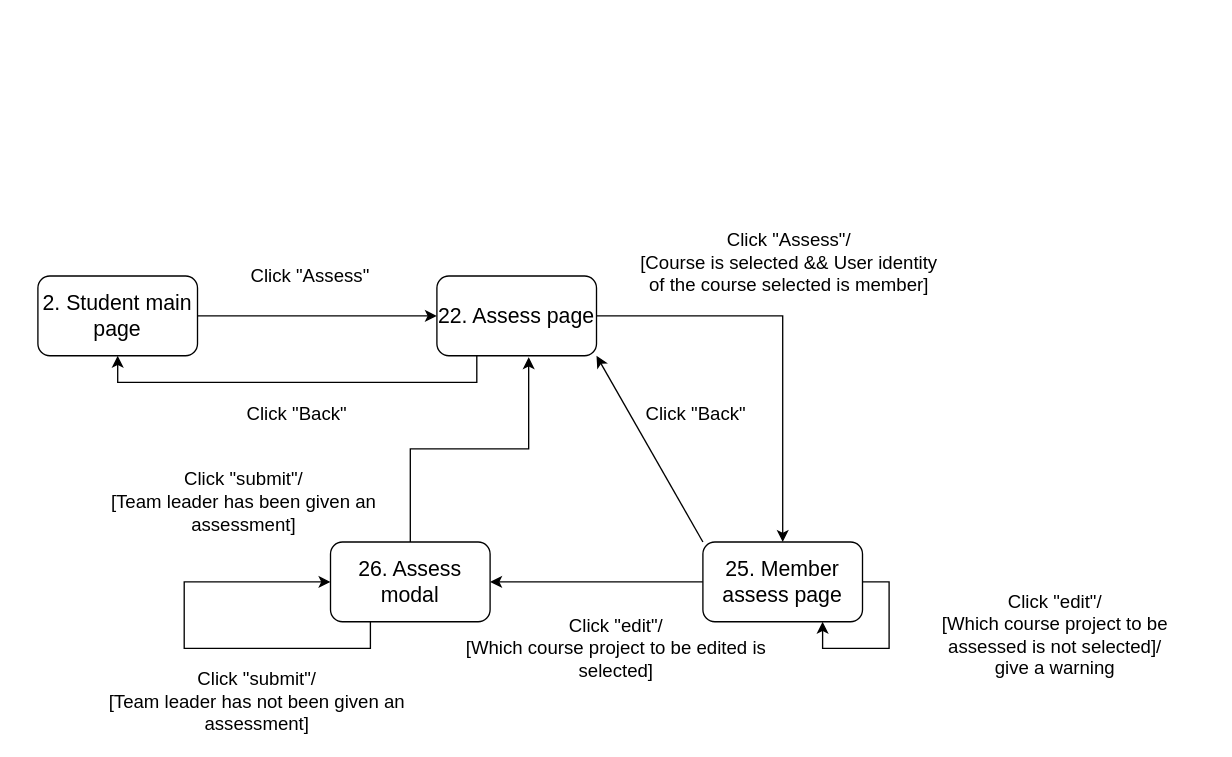
The draw.io diagram Documents/Specifications/Diagrams/3.10_MemberAssessLeader.drawio in ShyScott/Air, before the edit. Source tidied: cells renumbered, new cells numbered last; positions are measured from the earlier drawing's top-left corner, leaving out a move shared by most shapes. Both pictures are drawn from the tidied source at 133%, with x=0, y=0 at pixel (37, 249).
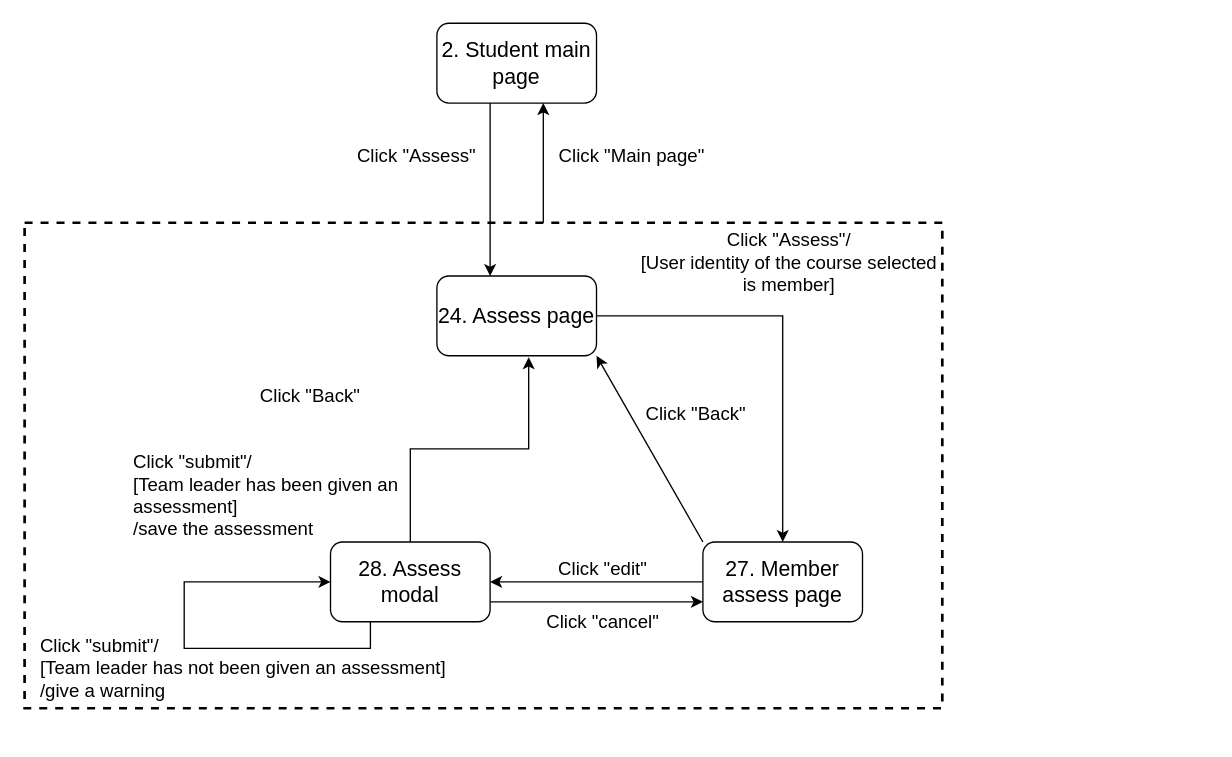
After the change.

What changed in the source:
```diff
@@
+    <mxCell id="22" style="edgeStyle=orthogonalEdgeStyle;rounded=0;jettySize=auto;html=1;" parent="1" edge="1" source="23" target="3">
+      <mxGeometry relative="1" as="geometry">
+        <Array as="points">
+          <mxPoint x="380" y="-60" />
+          <mxPoint x="380" y="-60" />
+        </Array>
+      </mxGeometry>
+    </mxCell>
+    <mxCell id="23" style="rounded=0;whiteSpace=wrap;html=1;dashed=1;strokeWidth=2;fillColor=none;" parent="1" vertex="1">
+      <mxGeometry x="-10" y="-20" width="690" height="365" as="geometry" />
+    </mxCell>
-    <mxCell id="2" style="edgeStyle=orthogonalEdgeStyle;rounded=0;jettySize=auto;html=1;exitX=1;exitY=0.5;exitDx=0;exitDy=0;entryX=0;entryY=0.5;entryDx=0;entryDy=0;" parent="1" edge="1" source="3" target="6">
-      <mxGeometry relative="1" as="geometry" />
+    <mxCell id="2" style="edgeStyle=orthogonalEdgeStyle;rounded=0;jettySize=auto;html=1;" parent="1" edge="1" source="3" target="6">
+      <mxGeometry relative="1" as="geometry">
+        <Array as="points">
+          <mxPoint x="340" y="-70" />
+          <mxPoint x="340" y="-70" />
+        </Array>
+      </mxGeometry>
     </mxCell>
     <mxCell id="3" value="&lt;font size=&quot;3&quot;&gt;2. Student main page&lt;/font&gt;" style="rounded=1;whiteSpace=wrap;html=1;" parent="1" vertex="1">
-      <mxGeometry y="20" width="120" height="60" as="geometry" />
+      <mxGeometry x="300" y="-170" width="120" height="60" as="geometry" />
     </mxCell>
@@
-    <mxCell id="5" style="edgeStyle=orthogonalEdgeStyle;rounded=0;jettySize=auto;html=1;exitX=0.25;exitY=1;exitDx=0;exitDy=0;entryX=0.5;entryY=1;entryDx=0;entryDy=0;" parent="1" edge="1" source="6" target="3">
-      <mxGeometry relative="1" as="geometry" />
-    </mxCell>
-    <mxCell id="6" value="&lt;font size=&quot;3&quot;&gt;22. Assess page&lt;/font&gt;" style="rounded=1;whiteSpace=wrap;html=1;" parent="1" vertex="1">
+    <mxCell id="6" value="&lt;font size=&quot;3&quot;&gt;24. Assess page&lt;/font&gt;" style="rounded=1;whiteSpace=wrap;html=1;" parent="1" vertex="1">
       <mxGeometry x="300" y="20" width="120" height="60" as="geometry" />
     </mxCell>
-    <mxCell id="7" value="&lt;font style=&quot;font-size: 14px&quot;&gt;Click &quot;Assess&quot;/&lt;br&gt;[Course is selected &amp;amp;&amp;amp; User identity of the course selected is member]&lt;br&gt;&lt;/font&gt;" style="text;html=1;strokeColor=none;fillColor=none;align=center;verticalAlign=middle;whiteSpace=wrap;rounded=0;" parent="1" vertex="1">
+    <mxCell id="7" value="&lt;font style=&quot;font-size: 14px&quot;&gt;Click &quot;Assess&quot;/&lt;br&gt;[User identity of the course selected is member]&lt;br&gt;&lt;/font&gt;" style="text;html=1;strokeColor=none;fillColor=none;align=center;verticalAlign=middle;whiteSpace=wrap;rounded=0;" parent="1" vertex="1">
       <mxGeometry x="450" width="230" height="20" as="geometry" />
     </mxCell>
     <mxCell id="8" value="&lt;font style=&quot;font-size: 14px&quot;&gt;Click &quot;Assess&quot;&lt;br&gt;&lt;/font&gt;" style="text;html=1;strokeColor=none;fillColor=none;align=center;verticalAlign=middle;whiteSpace=wrap;rounded=0;" parent="1" vertex="1">
-      <mxGeometry x="90" y="10" width="230" height="20" as="geometry" />
+      <mxGeometry x="230" y="-80" width="110" height="20" as="geometry" />
     </mxCell>
@@
-    <mxCell id="11" value="&lt;font size=&quot;3&quot;&gt;25. Member assess page&lt;/font&gt;" style="rounded=1;whiteSpace=wrap;html=1;" parent="1" vertex="1">
+    <mxCell id="11" value="&lt;font size=&quot;3&quot;&gt;27. Member assess page&lt;/font&gt;" style="rounded=1;whiteSpace=wrap;html=1;" parent="1" vertex="1">
       <mxGeometry x="500" y="220" width="120" height="60" as="geometry" />
     </mxCell>
     <mxCell id="12" value="&lt;font style=&quot;font-size: 14px&quot;&gt;Click &quot;Back&quot;&lt;br&gt;&lt;/font&gt;" style="text;html=1;strokeColor=none;fillColor=none;align=center;verticalAlign=middle;whiteSpace=wrap;rounded=0;" parent="1" vertex="1">
-      <mxGeometry x="80" y="114" width="230" height="20" as="geometry" />
+      <mxGeometry x="90" y="100" width="230" height="20" as="geometry" />
     </mxCell>
@@
-    <mxCell id="14" value="&lt;font style=&quot;font-size: 14px&quot;&gt;Click &quot;edit&quot;/&lt;br&gt;[Which course project to be edited is selected]&lt;br&gt;&lt;/font&gt;" style="text;html=1;strokeColor=none;fillColor=none;align=center;verticalAlign=middle;whiteSpace=wrap;rounded=0;" parent="1" vertex="1">
-      <mxGeometry x="320" y="290" width="230" height="20" as="geometry" />
+    <mxCell id="14" value="&lt;font style=&quot;font-size: 14px&quot;&gt;Click &quot;edit&quot;&lt;br&gt;&lt;/font&gt;" style="text;html=1;strokeColor=none;fillColor=none;align=center;verticalAlign=middle;whiteSpace=wrap;rounded=0;" parent="1" vertex="1">
+      <mxGeometry x="310" y="230" width="230" height="20" as="geometry" />
     </mxCell>
@@
-    <mxCell id="16" value="&lt;font size=&quot;3&quot;&gt;26. Assess modal&lt;/font&gt;" style="rounded=1;whiteSpace=wrap;html=1;" parent="1" vertex="1">
+    <mxCell id="16" value="&lt;font size=&quot;3&quot;&gt;28. Assess modal&lt;/font&gt;" style="rounded=1;whiteSpace=wrap;html=1;" parent="1" vertex="1">
       <mxGeometry x="220" y="220" width="120" height="60" as="geometry" />
     </mxCell>
-    <mxCell id="17" style="edgeStyle=orthogonalEdgeStyle;rounded=0;orthogonalLoop=1;jettySize=auto;html=1;exitX=1;exitY=0.5;exitDx=0;exitDy=0;entryX=0.75;entryY=1;entryDx=0;entryDy=0;" parent="1" edge="1" source="11" target="11">
-      <mxGeometry relative="1" as="geometry" />
-    </mxCell>
-    <mxCell id="18" value="&lt;font style=&quot;font-size: 14px&quot;&gt;Click &quot;edit&quot;/&lt;br&gt;[Which course project to be assessed is not selected]/&lt;br&gt;give a warning&lt;br&gt;&lt;/font&gt;" style="text;html=1;strokeColor=none;fillColor=none;align=center;verticalAlign=middle;whiteSpace=wrap;rounded=0;" parent="1" vertex="1">
-      <mxGeometry x="650" y="280" width="230" height="20" as="geometry" />
-    </mxCell>
-    <mxCell id="19" value="&lt;font style=&quot;font-size: 14px&quot;&gt;Click &quot;submit&quot;/&lt;br&gt;[Team leader has been given an assessment]&lt;br&gt;&lt;/font&gt;" style="text;html=1;strokeColor=none;fillColor=none;align=center;verticalAlign=middle;whiteSpace=wrap;rounded=0;" parent="1" vertex="1">
-      <mxGeometry x="40" y="180" width="230" height="20" as="geometry" />
+    <mxCell id="19" value="&lt;font style=&quot;font-size: 14px&quot;&gt;Click &quot;submit&quot;/&lt;br&gt;[Team leader has been given an assessment]&lt;br&gt;/save the assessment&lt;br&gt;&lt;/font&gt;" style="text;html=1;strokeColor=none;fillColor=none;align=left;verticalAlign=middle;whiteSpace=wrap;rounded=0;" parent="1" vertex="1">
+      <mxGeometry x="70" y="150" width="230" height="70" as="geometry" />
     </mxCell>
@@
-    <mxCell id="21" value="&lt;font style=&quot;font-size: 14px&quot;&gt;Click &quot;submit&quot;/&lt;br&gt;[Team leader has not been given an assessment]&lt;br&gt;&lt;/font&gt;" style="text;html=1;strokeColor=none;fillColor=none;align=center;verticalAlign=middle;whiteSpace=wrap;rounded=0;" parent="1" vertex="1">
-      <mxGeometry x="50" y="330" width="230" height="20" as="geometry" />
+    <mxCell id="21" value="&lt;font style=&quot;font-size: 14px&quot;&gt;Click &quot;submit&quot;/&lt;br&gt;[Team leader has not been given an assessment]&lt;br&gt;/give a warning&lt;br&gt;&lt;/font&gt;" style="text;html=1;strokeColor=none;fillColor=none;align=left;verticalAlign=middle;whiteSpace=wrap;rounded=0;" parent="1" vertex="1">
+      <mxGeometry y="290" width="330" height="50" as="geometry" />
     </mxCell>
+    <mxCell id="24" value="&lt;font style=&quot;font-size: 14px&quot;&gt;Click &quot;cancel&quot;&lt;br&gt;&lt;/font&gt;" style="text;html=1;strokeColor=none;fillColor=none;align=center;verticalAlign=middle;whiteSpace=wrap;rounded=0;" parent="1" vertex="1">
+      <mxGeometry x="310" y="270" width="230" height="20" as="geometry" />
+    </mxCell>
+    <mxCell id="25" style="endArrow=classic;html=1;entryX=0;entryY=0.75;entryDx=0;entryDy=0;exitX=1;exitY=0.75;exitDx=0;exitDy=0;" parent="1" edge="1" source="16" target="11">
+      <mxGeometry relative="1" as="geometry" />
+    </mxCell>
+    <mxCell id="26" value="&lt;div&gt;&lt;span style=&quot;font-size: 14px&quot;&gt;Click &quot;Main page&quot;&lt;/span&gt;&lt;/div&gt;" style="text;html=1;strokeColor=none;fillColor=none;align=left;verticalAlign=middle;whiteSpace=wrap;rounded=0;" parent="1" vertex="1">
+      <mxGeometry x="390" y="-80" width="130" height="20" as="geometry" />
+    </mxCell>
```
